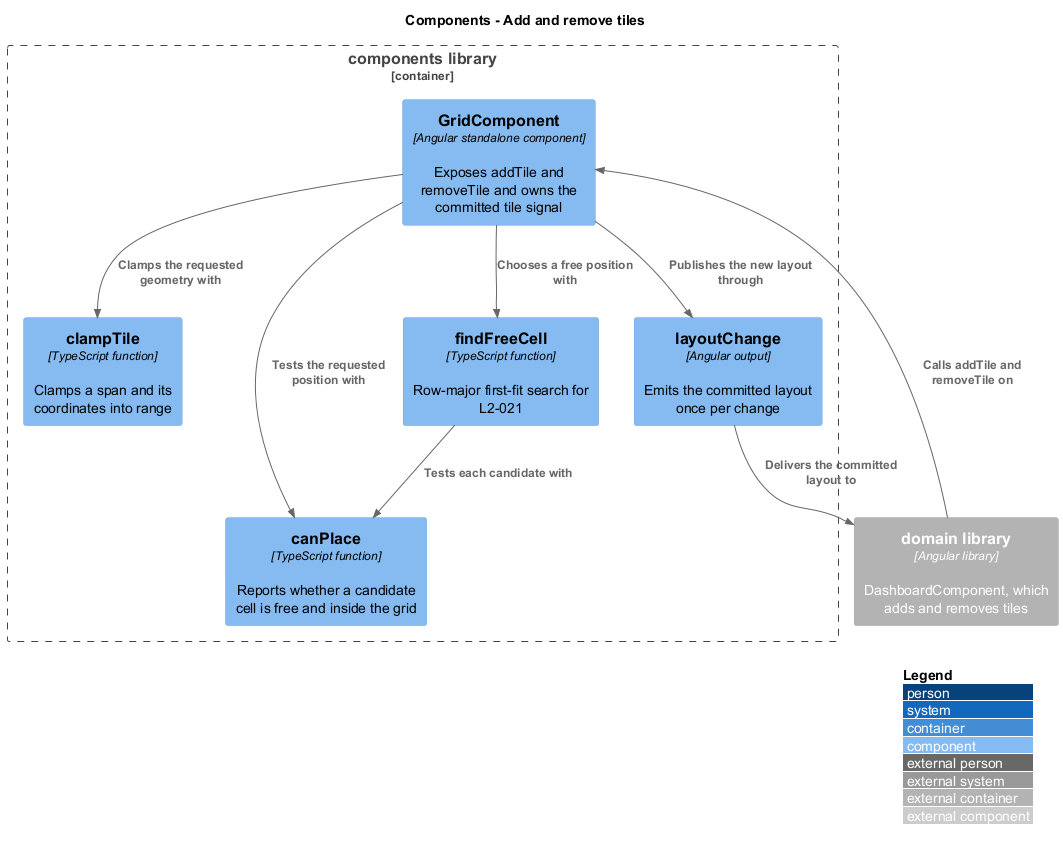
Above: docs/detailed-designs/grid-layout/add-and-remove-tiles/diagrams/c4-component.png in QuinntyneBrown/qbc-grid (PlantUML), before the change.
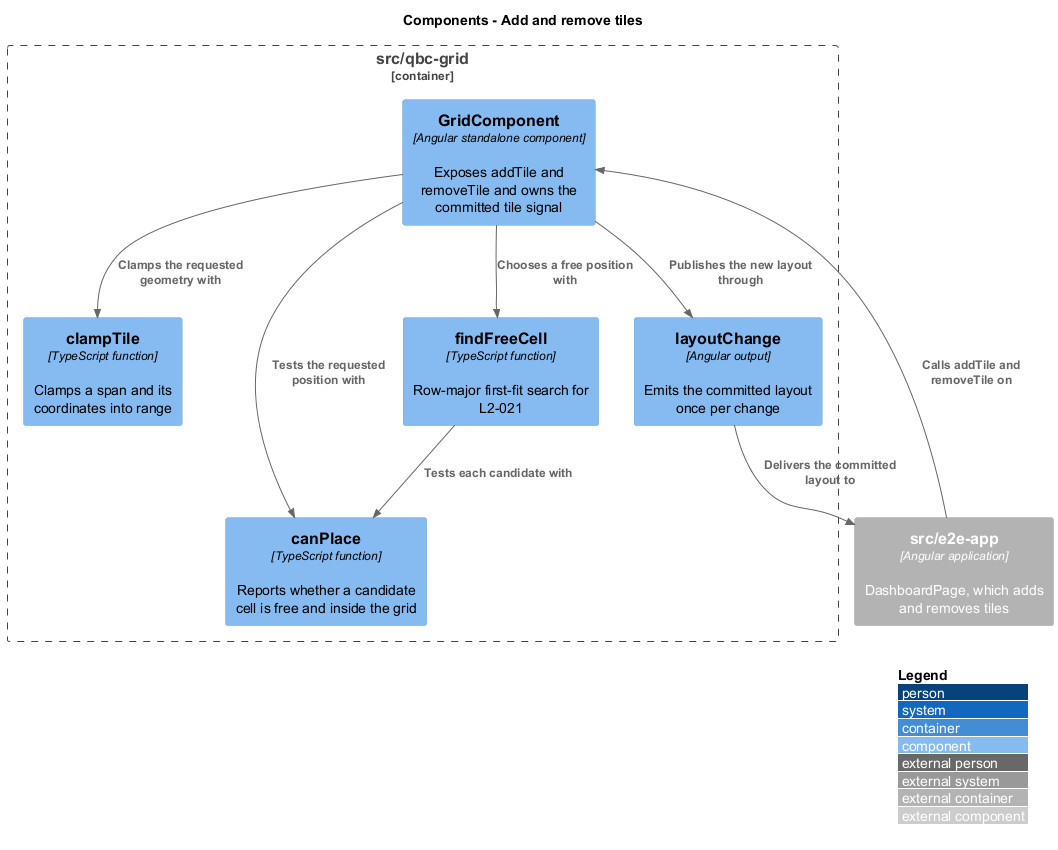
Later version of the same file.

Diff of the diagram source:
```diff
@@ -3,7 +3,7 @@
 LAYOUT_WITH_LEGEND()
 title Components - Add and remove tiles
 
-Container_Boundary(components, "components library") {
+Container_Boundary(components, "src/qbc-grid") {
   Component(grid, "GridComponent", "Angular standalone component", "Exposes addTile and removeTile and owns the committed tile signal")
   Component(clamp, "clampTile", "TypeScript function", "Clamps a span and its coordinates into range")
   Component(canplace, "canPlace", "TypeScript function", "Reports whether a candidate cell is free and inside the grid")
@@ -11,13 +11,13 @@
   Component(emit, "layoutChange", "Angular output", "Emits the committed layout once per change")
 }
 
-Container_Ext(domain, "domain library", "Angular library", "DashboardComponent, which adds and removes tiles")
+Container_Ext(app, "src/e2e-app", "Angular application", "DashboardPage, which adds and removes tiles")
 
-Rel(domain, grid, "Calls addTile and removeTile on")
+Rel(app, grid, "Calls addTile and removeTile on")
 Rel(grid, clamp, "Clamps the requested geometry with")
 Rel(grid, canplace, "Tests the requested position with")
 Rel(grid, find, "Chooses a free position with")
 Rel(find, canplace, "Tests each candidate with")
 Rel(grid, emit, "Publishes the new layout through")
-Rel(emit, domain, "Delivers the committed layout to")
+Rel(emit, app, "Delivers the committed layout to")
 @enduml
```
